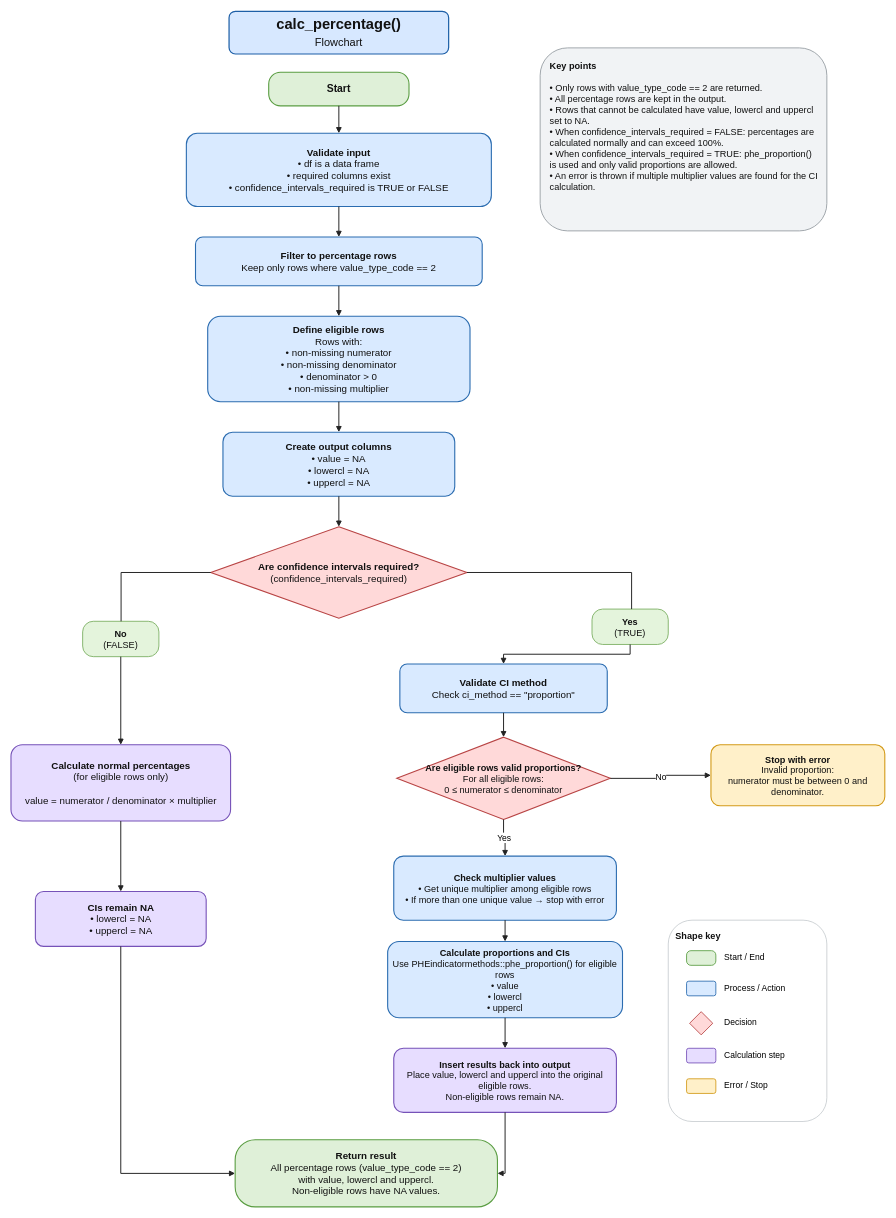
SitiHassan/metricengineR keeps this draw.io diagram as diagrams/calc_percentage.drawio. Above is the earlier version. Source tidied: cells renumbered, new cells numbered last; positions are measured from the earlier drawing's top-left corner, leaving out a move shared by most shapes. Both pictures are drawn from the tidied source at 61%, with x=0, y=0 at pixel (10, 11).
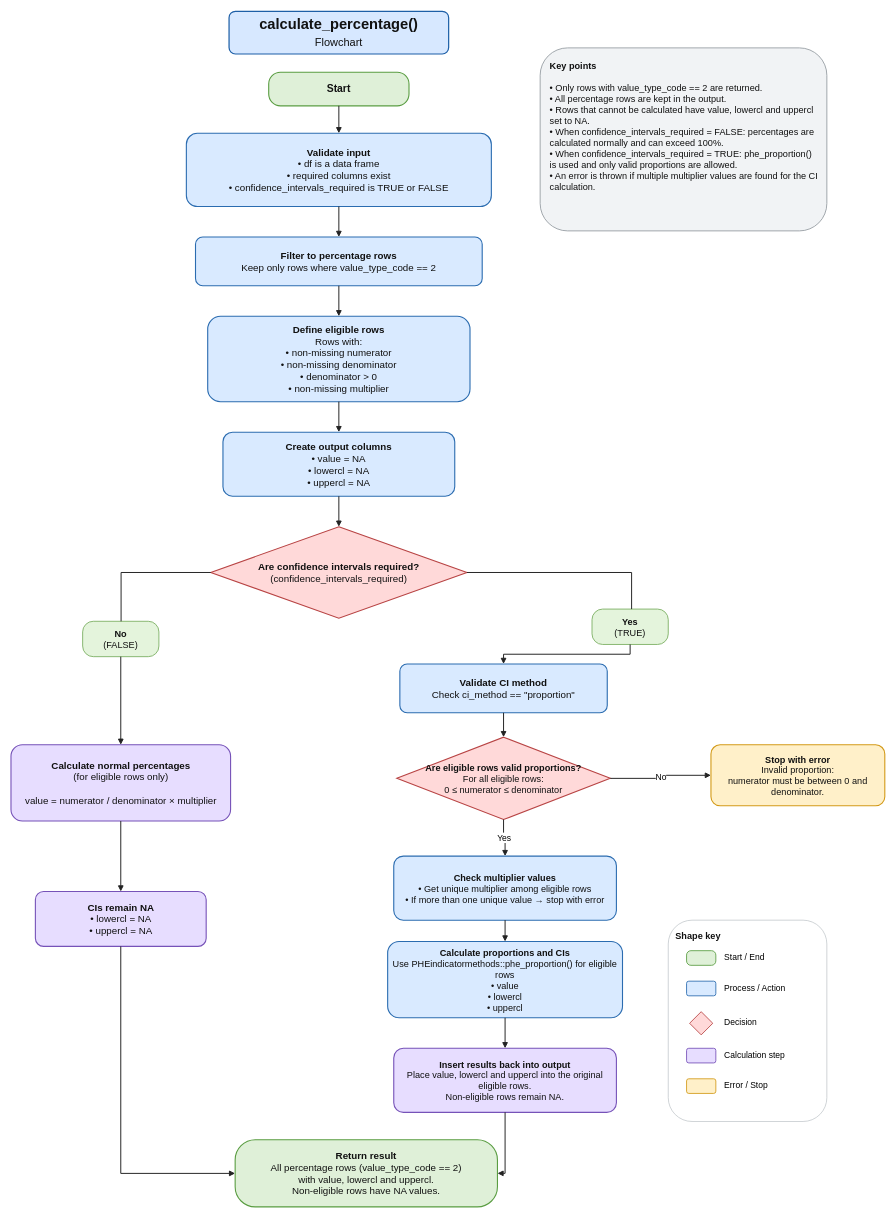
The same diagram, later.

Commit message (it also covers changes not shown here):
update diagrams with new functions names

The edit, as a diff of the source:
```diff
@@
-    <mxCell id="2" value="&lt;b&gt;calc_percentage()&lt;/b&gt;&lt;br&gt;&lt;font style=&quot;font-size:18px&quot;&gt;Flowchart&lt;/font&gt;" style="rounded=1;whiteSpace=wrap;html=1;fillColor=#d7e8ff;strokeColor=#1d5fa7;strokeWidth=2;fontSize=24;fontColor=#111111;align=center;verticalAlign=middle;" parent="1" vertex="1">
+    <mxCell id="2" value="&lt;b&gt;calculate_percentage()&lt;/b&gt;&lt;br&gt;&lt;font style=&quot;font-size:18px&quot;&gt;Flowchart&lt;/font&gt;" style="rounded=1;whiteSpace=wrap;html=1;fillColor=#d7e8ff;strokeColor=#1d5fa7;strokeWidth=2;fontSize=24;fontColor=#111111;align=center;verticalAlign=middle;" parent="1" vertex="1">
       <mxGeometry x="358" width="360" height="70" as="geometry" />
     </mxCell>
```
